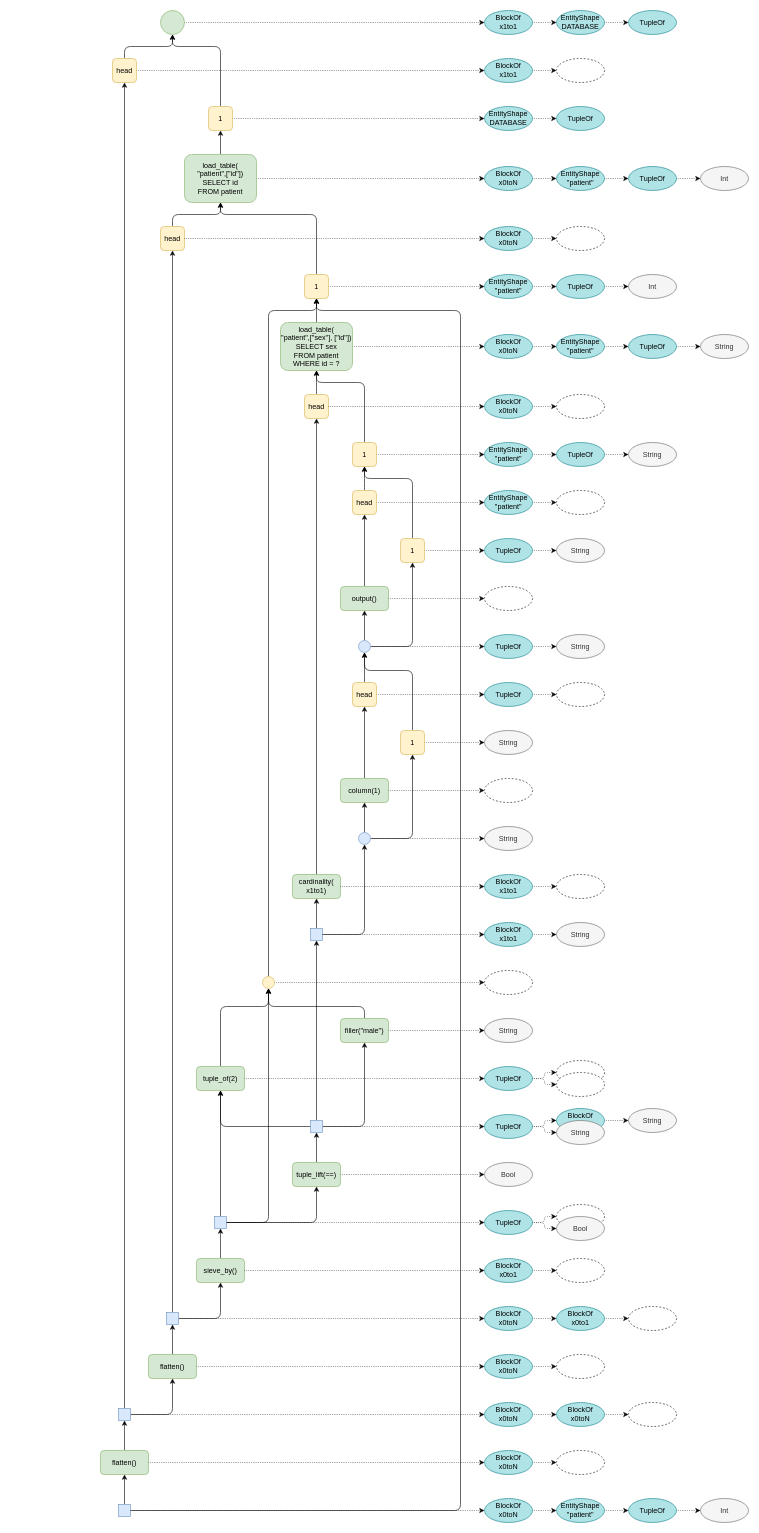
The draw.io diagram page 11 of 12 of sql-tracing.drawio in rbt-lang/diagrams, before the edit. Source tidied: cells renumbered, new cells numbered last; positions are measured from the earlier drawing's top-left corner, leaving out a move shared by most shapes. Both pictures are drawn from the tidied source at 60%, with x=0, y=0 at pixel (100, 10).
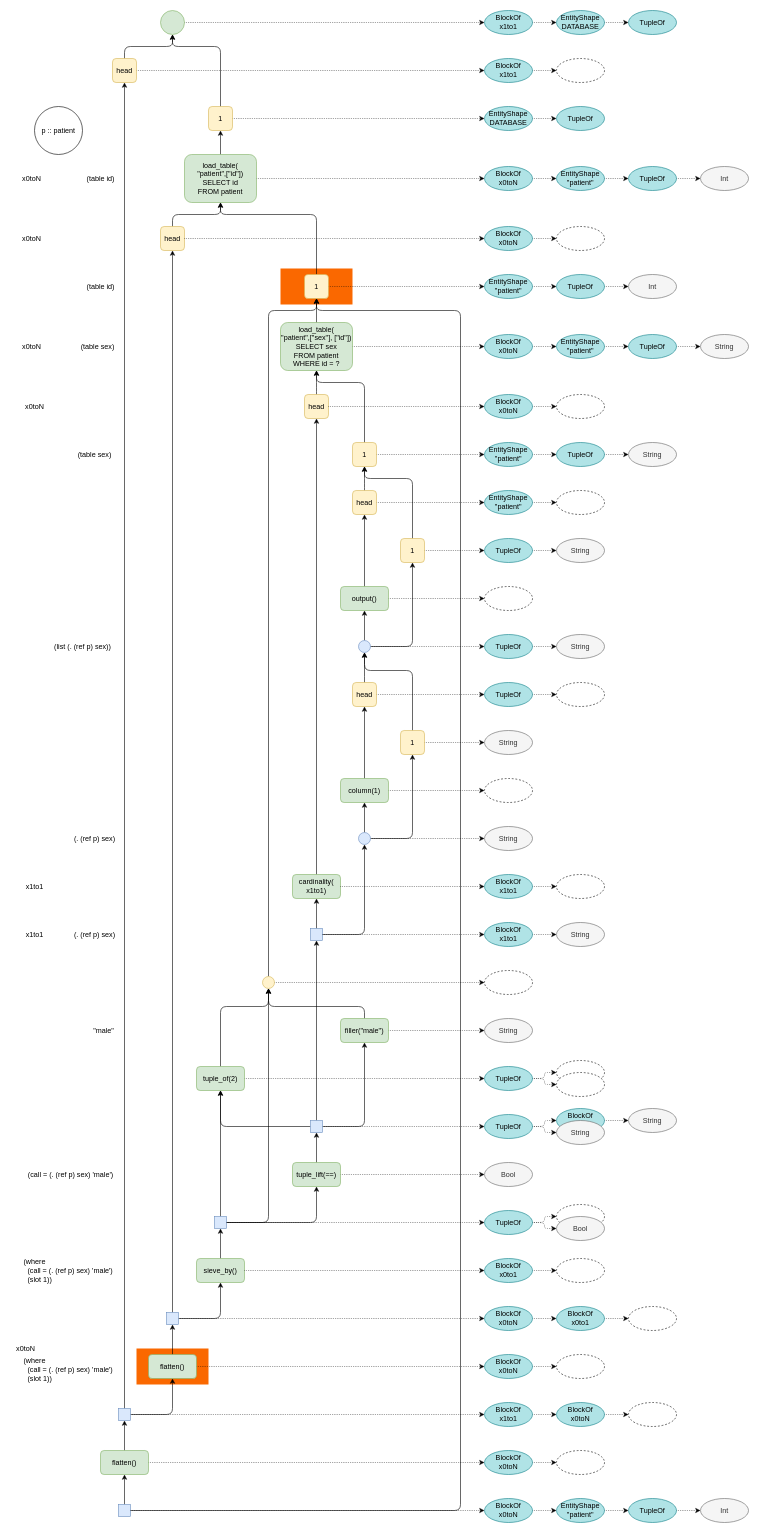
After the change.

The edit, as a diff of the source:
```diff
@@
+    <mxCell id="213" style="rounded=0;whiteSpace=wrap;html=1;fillColor=#fa6800;fontColor=#ffffff;strokeColor=none;" parent="1" vertex="1">
+      <mxGeometry x="300" y="430" width="120" height="60" as="geometry" />
+    </mxCell>
+    <mxCell id="214" style="rounded=0;whiteSpace=wrap;html=1;fillColor=#fa6800;fontColor=#ffffff;strokeColor=none;" parent="1" vertex="1">
+      <mxGeometry x="60" y="2230" width="120" height="60" as="geometry" />
+    </mxCell>
@@
-    <mxCell id="34" value="BlockOf&lt;br&gt;x0toN" style="ellipse;whiteSpace=wrap;html=1;fillColor=#b0e3e6;strokeColor=#0e8088;" parent="1" vertex="1">
+    <mxCell id="34" value="BlockOf&lt;br&gt;x1to1" style="ellipse;whiteSpace=wrap;html=1;fillColor=#b0e3e6;strokeColor=#0e8088;" parent="1" vertex="1">
       <mxGeometry x="640" y="2320" width="80" height="40" as="geometry" />
     </mxCell>
@@
+    <mxCell id="215" value="(table id)" style="text;html=1;align=center;verticalAlign=middle;" parent="1" vertex="1">
+      <mxGeometry x="-30" y="270" width="60" height="20" as="geometry" />
+    </mxCell>
+    <mxCell id="216" value="(list (. (ref p) sex))" style="text;html=1;align=center;verticalAlign=middle;" parent="1" vertex="1">
+      <mxGeometry x="-85" y="1050" width="110" height="20" as="geometry" />
+    </mxCell>
+    <mxCell id="217" value="(. (ref p) sex)" style="text;html=1;align=center;verticalAlign=middle;" parent="1" vertex="1">
+      <mxGeometry x="-50" y="1370" width="80" height="20" as="geometry" />
+    </mxCell>
+    <mxCell id="218" value="(call = (. (ref p) sex) 'male')" style="text;html=1;align=center;verticalAlign=middle;" parent="1" vertex="1">
+      <mxGeometry x="-130" y="1930" width="160" height="20" as="geometry" />
+    </mxCell>
+    <mxCell id="219" value="p :: patient" style="ellipse;whiteSpace=wrap;html=1;" parent="1" vertex="1">
+      <mxGeometry x="-110" y="160" width="80" height="80" as="geometry" />
+    </mxCell>
+    <mxCell id="220" value="(table sex)" style="text;html=1;align=center;verticalAlign=middle;" parent="1" vertex="1">
+      <mxGeometry x="-40" y="550" width="70" height="20" as="geometry" />
+    </mxCell>
+    <mxCell id="221" value="x0toN" style="text;html=1;align=center;verticalAlign=middle;" parent="1" vertex="1">
+      <mxGeometry x="-140" y="270" width="50" height="20" as="geometry" />
+    </mxCell>
+    <mxCell id="222" value="x0toN" style="text;html=1;align=center;verticalAlign=middle;" parent="1" vertex="1">
+      <mxGeometry x="-140" y="370" width="50" height="20" as="geometry" />
+    </mxCell>
+    <mxCell id="223" value="(table id)" style="text;html=1;align=center;verticalAlign=middle;" parent="1" vertex="1">
+      <mxGeometry x="-30" y="450" width="60" height="20" as="geometry" />
+    </mxCell>
+    <mxCell id="224" value="x0toN" style="text;html=1;align=center;verticalAlign=middle;" parent="1" vertex="1">
+      <mxGeometry x="-140" y="550" width="50" height="20" as="geometry" />
+    </mxCell>
+    <mxCell id="225" value="(table sex)" style="text;html=1;align=center;verticalAlign=middle;" parent="1" vertex="1">
+      <mxGeometry x="-45" y="730" width="70" height="20" as="geometry" />
+    </mxCell>
+    <mxCell id="226" value="x1to1" style="text;html=1;align=center;verticalAlign=middle;" parent="1" vertex="1">
+      <mxGeometry x="-130" y="1450" width="40" height="20" as="geometry" />
+    </mxCell>
+    <mxCell id="227" value="(. (ref p) sex)" style="text;html=1;align=center;verticalAlign=middle;" parent="1" vertex="1">
+      <mxGeometry x="-50" y="1530" width="80" height="20" as="geometry" />
+    </mxCell>
+    <mxCell id="228" value="x1to1" style="text;html=1;align=center;verticalAlign=middle;" parent="1" vertex="1">
+      <mxGeometry x="-130" y="1530" width="40" height="20" as="geometry" />
+    </mxCell>
+    <mxCell id="229" value="&quot;male&quot;" style="text;html=1;align=center;verticalAlign=middle;" parent="1" vertex="1">
+      <mxGeometry x="-20" y="1690" width="50" height="20" as="geometry" />
+    </mxCell>
+    <mxCell id="230" value="x0toN" style="text;html=1;align=center;verticalAlign=middle;" parent="1" vertex="1">
+      <mxGeometry x="-135" y="650" width="50" height="20" as="geometry" />
+    </mxCell>
+    <mxCell id="231" value="(where&lt;br&gt;&amp;nbsp; (call = (. (ref p) sex) 'male')&lt;br&gt;&amp;nbsp; (slot 1))" style="text;html=1;align=left;verticalAlign=middle;" parent="1" vertex="1">
+      <mxGeometry x="-130" y="2075" width="160" height="50" as="geometry" />
+    </mxCell>
+    <mxCell id="232" value="(where&lt;br&gt;&amp;nbsp; (call = (. (ref p) sex) 'male')&lt;br&gt;&amp;nbsp; (slot 1))" style="text;html=1;align=left;verticalAlign=middle;" parent="1" vertex="1">
+      <mxGeometry x="-130" y="2240" width="160" height="50" as="geometry" />
+    </mxCell>
+    <mxCell id="233" value="x0toN" style="text;html=1;align=center;verticalAlign=middle;" parent="1" vertex="1">
+      <mxGeometry x="-150" y="2220" width="50" height="20" as="geometry" />
+    </mxCell>
```
